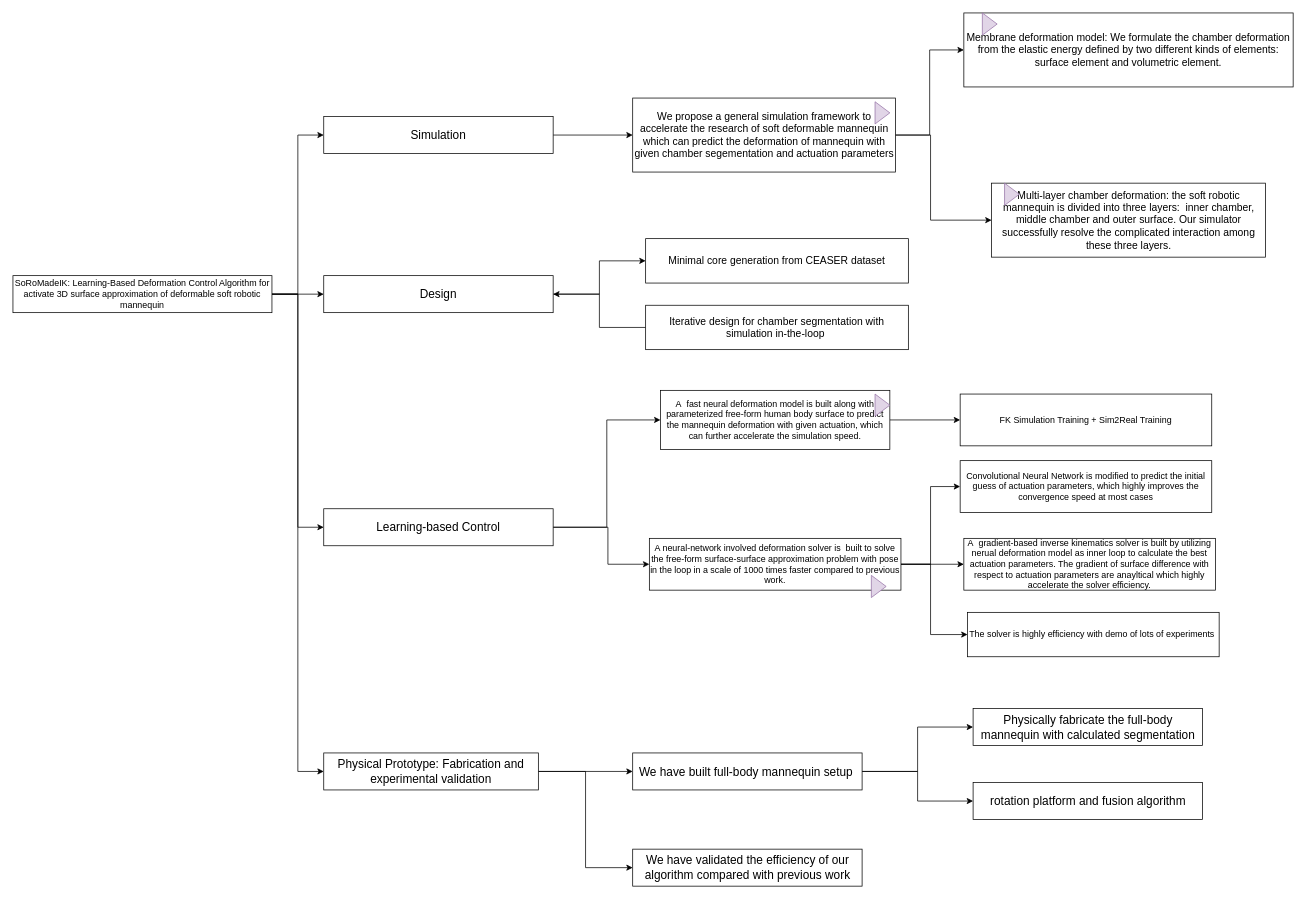
Earlier version of the draw.io diagram Untitled Diagram.drawio (YingGwan/TyporaUploadImg). Source tidied: cells renumbered, new cells numbered last; positions are measured from the earlier drawing's top-left corner, leaving out a move shared by most shapes. Both pictures are drawn from the tidied source at 74%, with x=0, y=0 at pixel (13, 13).
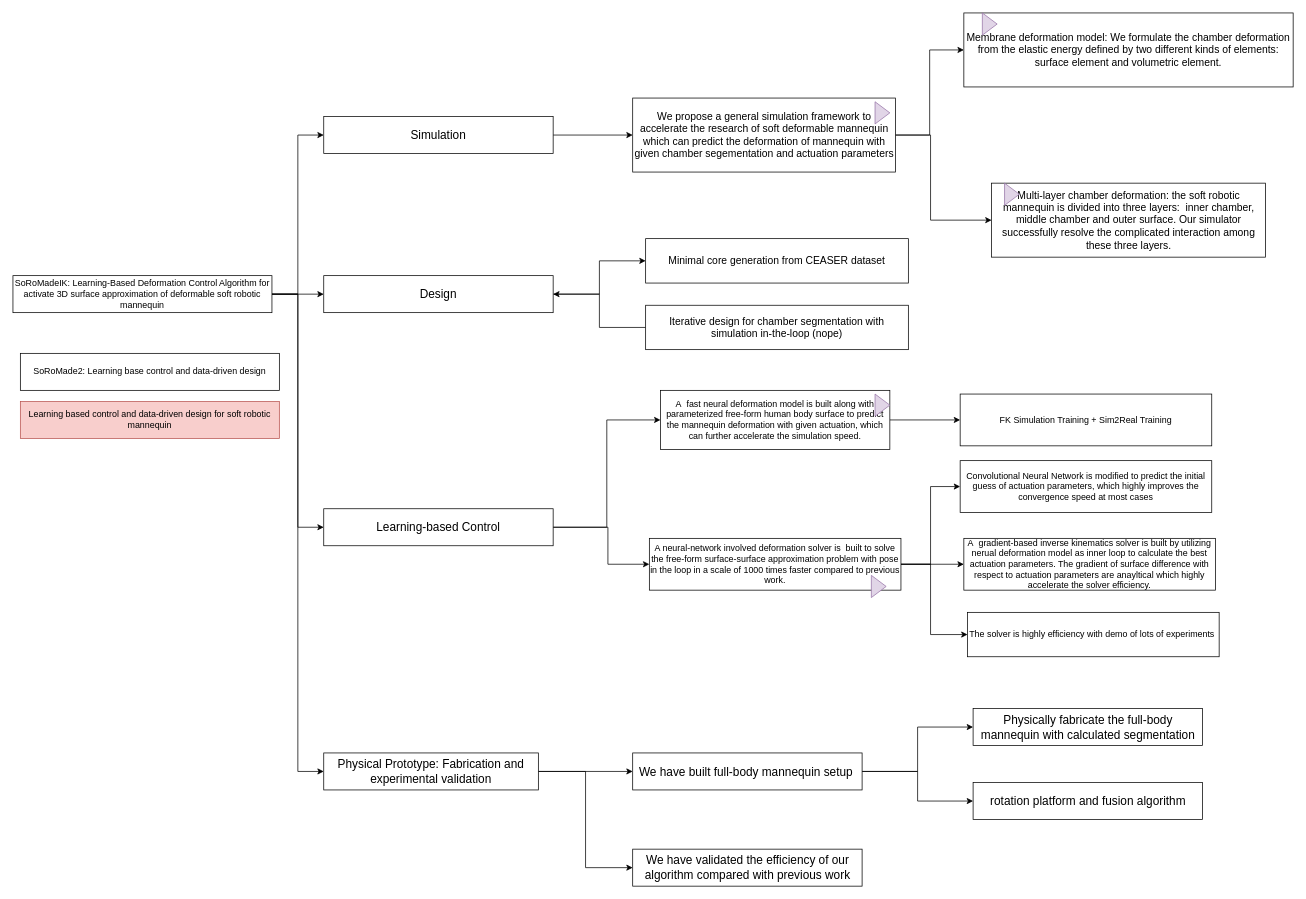
The same diagram, later.

What changed in the source:
```diff
@@
-    <mxCell id="30" value="&lt;span style=&quot;font-size: 14px;&quot;&gt;Iterative design for chamber segmentation with simulation in-the-loop&amp;nbsp;&lt;/span&gt;" style="rounded=0;whiteSpace=wrap;html=1;" parent="1" vertex="1">
+    <mxCell id="30" value="&lt;span style=&quot;font-size: 14px;&quot;&gt;Iterative design for chamber segmentation with simulation in-the-loop (nope)&lt;/span&gt;" style="rounded=0;whiteSpace=wrap;html=1;" parent="1" vertex="1">
       <mxGeometry x="855" y="395" width="355" height="60" as="geometry" />
     </mxCell>
@@
+    <mxCell id="46" value="SoRoMade2: Learning base control and data-driven design" style="rounded=0;whiteSpace=wrap;html=1;" parent="1" vertex="1">
+      <mxGeometry x="10" y="460" width="350" height="50" as="geometry" />
+    </mxCell>
+    <mxCell id="47" value="Learning based control and data-driven design for soft robotic mannequin" style="rounded=0;whiteSpace=wrap;html=1;fillColor=#f8cecc;strokeColor=#b85450;" parent="1" vertex="1">
+      <mxGeometry x="10" y="525" width="350" height="50" as="geometry" />
+    </mxCell>
```
